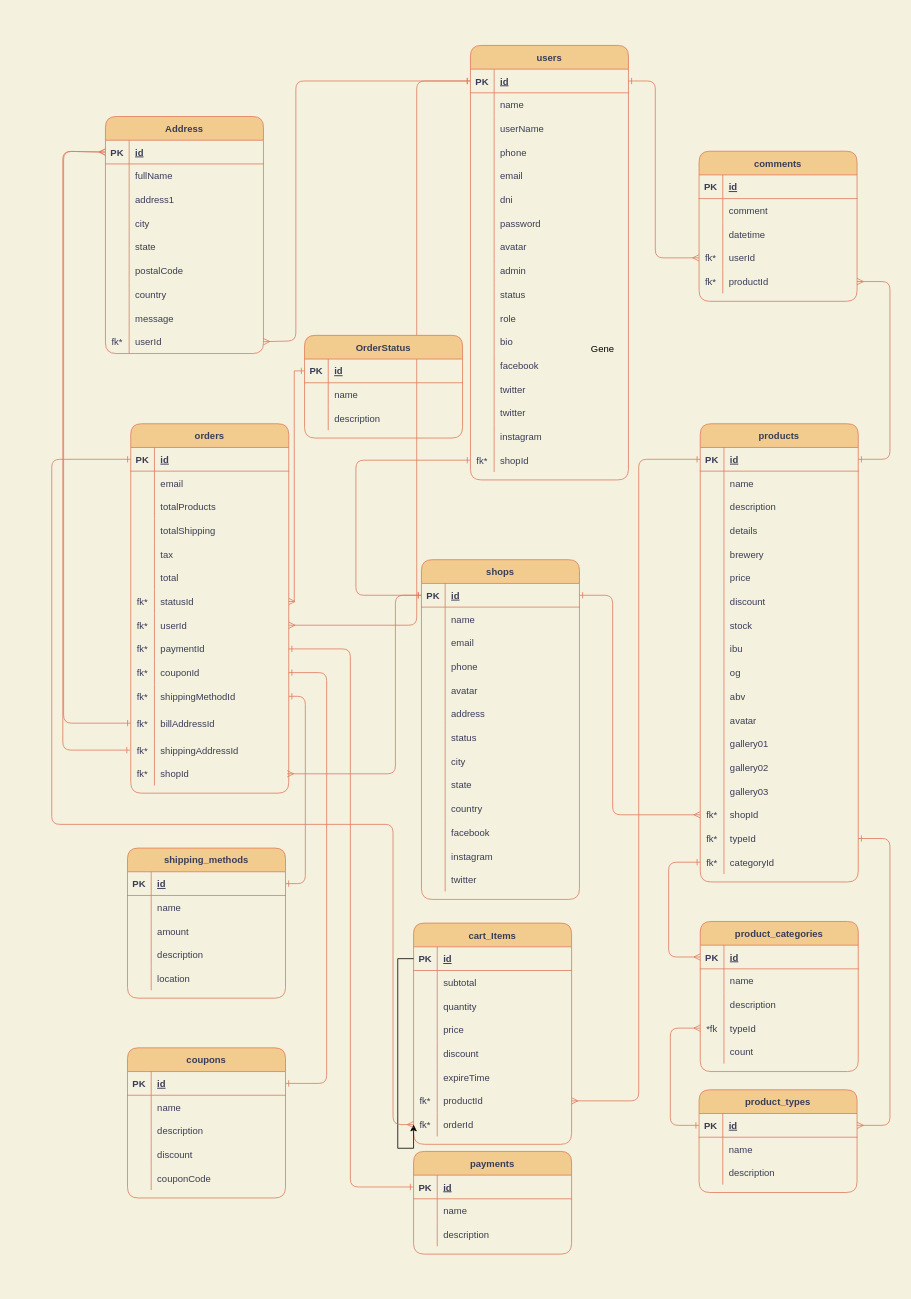
Before: page "Page-1" (1 of 2) of database/model.drawio in 0920CDFSNCN27ARED/grupo-12, a draw.io diagram. Source tidied: cells renumbered, new cells numbered last; positions are measured from the earlier drawing's top-left corner, leaving out a move shared by most shapes. Both pictures are drawn from the tidied source at 79%, with x=0, y=0 at pixel (51, 45).
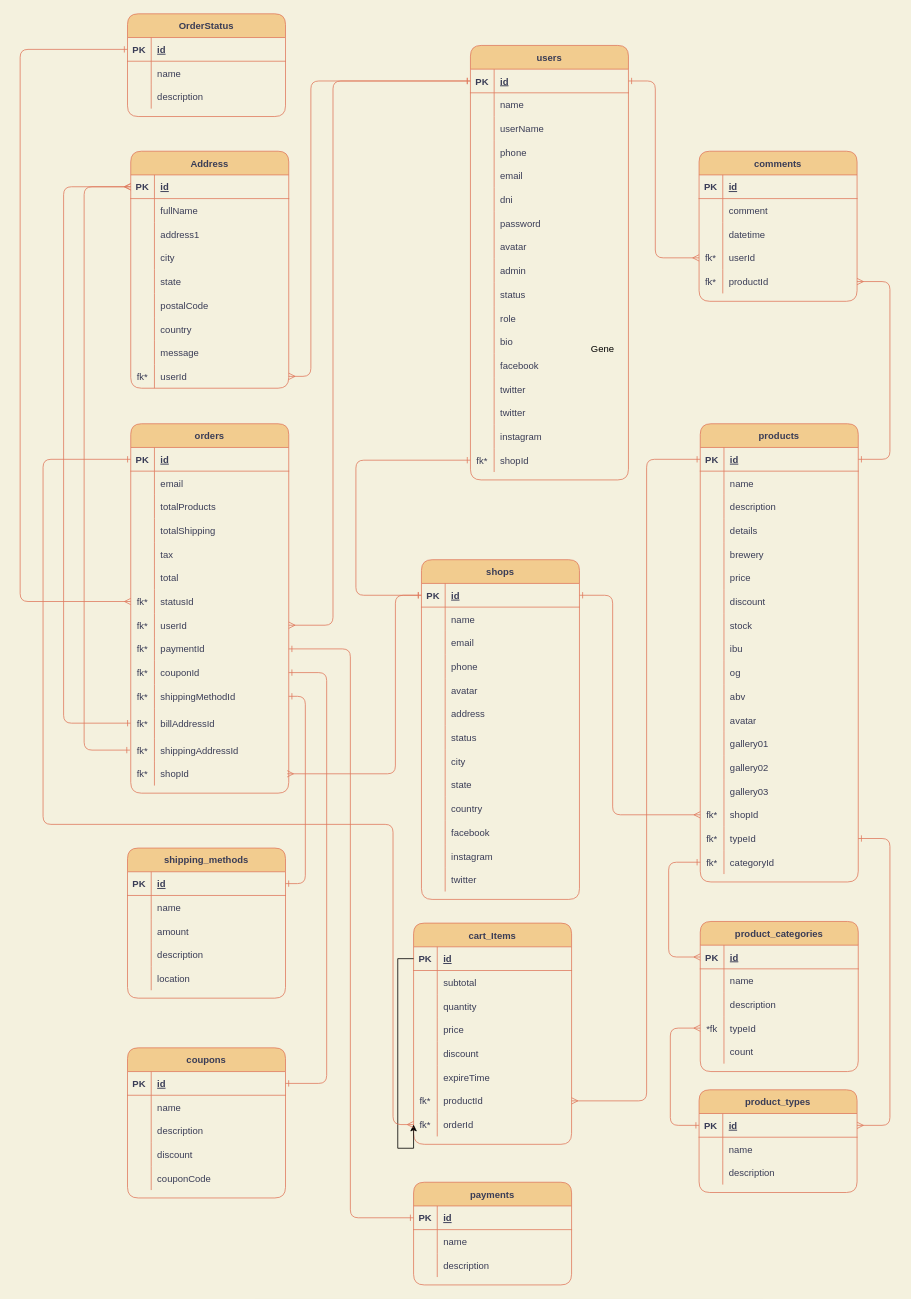
The same diagram, later.

Unchanged cells that the change refers to:
```xml
<mxCell id="3" style="shape=partialRectangle;fillColor=none;top=0;left=0;bottom=1;right=0;points=[[0,0.5],[1,0.5]];portConstraint=eastwest;rounded=1;strokeColor=#E07A5F;fontColor=#393C56;" parent="2" vertex="1">
  <mxGeometry y="30" width="200" height="30" as="geometry" />
</mxCell>
<mxCell id="71" style="shape=partialRectangle;fillColor=none;top=0;left=0;bottom=1;right=0;points=[[0,0.5],[1,0.5]];portConstraint=eastwest;rounded=1;strokeColor=#E07A5F;fontColor=#393C56;" parent="70" vertex="1">
  <mxGeometry y="30" width="200" height="30" as="geometry" />
</mxCell>
<mxCell id="126" style="shape=partialRectangle;fillColor=none;top=0;left=0;bottom=1;right=0;points=[[0,0.5],[1,0.5]];portConstraint=eastwest;rounded=1;strokeColor=#E07A5F;fontColor=#393C56;" parent="125" vertex="1">
  <mxGeometry y="30" width="200" height="30" as="geometry" />
</mxCell>
<mxCell id="144" style="shape=partialRectangle;fillColor=none;top=0;left=0;bottom=0;right=0;points=[[0,0.5],[1,0.5]];portConstraint=eastwest;rounded=1;strokeColor=#E07A5F;fontColor=#393C56;" parent="125" vertex="1">
  <mxGeometry y="210" width="200" height="30" as="geometry" />
</mxCell>
<mxCell id="147" style="shape=partialRectangle;fillColor=none;top=0;left=0;bottom=0;right=0;points=[[0,0.5],[1,0.5]];portConstraint=eastwest;rounded=1;strokeColor=#E07A5F;fontColor=#393C56;" parent="125" vertex="1">
  <mxGeometry y="240" width="200" height="30" as="geometry" />
</mxCell>
<mxCell id="150" style="shape=partialRectangle;fillColor=none;top=0;left=0;bottom=0;right=0;points=[[0,0.5],[1,0.5]];portConstraint=eastwest;rounded=1;strokeColor=#E07A5F;fontColor=#393C56;" parent="125" vertex="1">
  <mxGeometry y="270" width="200" height="30" as="geometry" />
</mxCell>
<mxCell id="159" style="shape=partialRectangle;fillColor=none;top=0;left=0;bottom=0;right=0;points=[[0,0.5],[1,0.5]];portConstraint=eastwest;rounded=1;strokeColor=#E07A5F;fontColor=#393C56;" parent="125" vertex="1">
  <mxGeometry y="360" width="200" height="38" as="geometry" />
</mxCell>
<mxCell id="169" style="shape=partialRectangle;fillColor=none;top=0;left=0;bottom=1;right=0;points=[[0,0.5],[1,0.5]];portConstraint=eastwest;rounded=1;strokeColor=#E07A5F;fontColor=#393C56;" parent="168" vertex="1">
  <mxGeometry y="30" width="200" height="30" as="geometry" />
</mxCell>
<mxCell id="230" style="shape=partialRectangle;fillColor=none;top=0;left=0;bottom=0;right=0;points=[[0,0.5],[1,0.5]];portConstraint=eastwest;rounded=1;strokeColor=#E07A5F;fontColor=#393C56;" parent="210" vertex="1">
  <mxGeometry y="210" width="200" height="30" as="geometry" />
</mxCell>
<mxCell id="233" style="shape=partialRectangle;fillColor=none;top=0;left=0;bottom=0;right=0;points=[[0,0.5],[1,0.5]];portConstraint=eastwest;rounded=1;strokeColor=#E07A5F;fontColor=#393C56;" parent="210" vertex="1">
  <mxGeometry y="240" width="200" height="30" as="geometry" />
</mxCell>
<mxCell id="316" style="shape=partialRectangle;fillColor=none;top=0;left=0;bottom=1;right=0;points=[[0,0.5],[1,0.5]];portConstraint=eastwest;rounded=1;strokeColor=#E07A5F;fontColor=#393C56;" parent="315" vertex="1">
  <mxGeometry y="30" width="200" height="30" as="geometry" />
</mxCell>
<mxCell id="340" style="shape=partialRectangle;fillColor=none;top=0;left=0;bottom=0;right=0;points=[[0,0.5],[1,0.5]];portConstraint=eastwest;rounded=1;strokeColor=#E07A5F;fontColor=#393C56;" parent="315" vertex="1">
  <mxGeometry y="270" width="200" height="30" as="geometry" />
</mxCell>
<mxCell id="350" style="shape=partialRectangle;fillColor=none;top=0;left=0;bottom=1;right=0;points=[[0,0.5],[1,0.5]];portConstraint=eastwest;rounded=1;strokeColor=#E07A5F;fontColor=#393C56;" parent="349" vertex="1">
  <mxGeometry y="30" width="200" height="30" as="geometry" />
</mxCell>
```

Change to the diagram source:
```diff
@@
     <mxCell id="168" value="payments" style="shape=table;startSize=30;childLayout=tableLayout;rowLines=0;fontStyle=1;align=center;rounded=1;fillColor=#F2CC8F;strokeColor=#E07A5F;fontColor=#393C56;" parent="1" vertex="1">
-      <mxGeometry x="458" y="1400" width="200" height="130" as="geometry" />
+      <mxGeometry x="458" y="1439" width="200" height="130" as="geometry" />
     </mxCell>
@@
     <mxCell id="254" style="edgeStyle=orthogonalEdgeStyle;jettySize=auto;html=1;exitX=1;exitY=0.5;exitDx=0;exitDy=0;entryX=0;entryY=0.5;entryDx=0;entryDy=0;startArrow=ERone;startFill=0;endArrow=ERone;endFill=0;labelBackgroundColor=#F4F1DE;strokeColor=#E07A5F;fontColor=#393C56;" parent="1" edge="1" source="150" target="169">
       <mxGeometry relative="1" as="geometry">
         <Array as="points">
           <mxPoint x="378" y="764" />
-          <mxPoint x="378" y="1445" />
+          <mxPoint x="378" y="1484" />
         </Array>
       </mxGeometry>
     </mxCell>
     <mxCell id="255" style="edgeStyle=orthogonalEdgeStyle;jettySize=auto;html=1;exitX=0;exitY=0.5;exitDx=0;exitDy=0;entryX=0;entryY=0.5;entryDx=0;entryDy=0;startArrow=ERone;startFill=0;endArrow=ERmany;endFill=0;labelBackgroundColor=#F4F1DE;strokeColor=#E07A5F;fontColor=#393C56;" parent="1" edge="1" source="3">
       <mxGeometry relative="1" as="geometry">
         <Array as="points">
-          <mxPoint x="409" y="164" />
-          <mxPoint x="409" y="1222" />
+          <mxPoint x="375" y="106" />
+          <mxPoint x="375" y="1164" />
         </Array>
       </mxGeometry>
     </mxCell>
@@
     <mxCell id="314" style="edgeStyle=orthogonalEdgeStyle;rounded=1;jettySize=auto;html=1;startArrow=ERone;startFill=0;endArrow=ERmany;endFill=0;labelBackgroundColor=#F4F1DE;strokeColor=#E07A5F;fontColor=#393C56;exitX=0;exitY=0.5;exitDx=0;exitDy=0;entryX=1;entryY=0.5;entryDx=0;entryDy=0;" parent="1" edge="1" source="3" target="147">
       <mxGeometry relative="1" as="geometry">
         <Array as="points">
-          <mxPoint x="462" y="45" />
-          <mxPoint x="462" y="734" />
+          <mxPoint x="356" y="45" />
+          <mxPoint x="356" y="734" />
         </Array>
       </mxGeometry>
     </mxCell>
     <mxCell id="315" value="Address" style="shape=table;startSize=30;childLayout=tableLayout;rowLines=0;fontStyle=1;align=center;rounded=1;fillColor=#F2CC8F;strokeColor=#E07A5F;fontColor=#393C56;" parent="1" vertex="1">
-      <mxGeometry x="68" y="90" width="200" height="300" as="geometry" />
+      <mxGeometry x="100" y="133.9" width="200" height="300" as="geometry" />
     </mxCell>
@@
     <mxCell id="343" style="edgeStyle=orthogonalEdgeStyle;jettySize=auto;html=1;startArrow=ERone;startFill=0;endArrow=ERmany;endFill=0;labelBackgroundColor=#F4F1DE;strokeColor=#E07A5F;fontColor=#393C56;exitX=0;exitY=0.5;exitDx=0;exitDy=0;entryX=1;entryY=0.5;entryDx=0;entryDy=0;" parent="1" edge="1" source="3" target="340">
       <mxGeometry relative="1" as="geometry">
         <Array as="points">
-          <mxPoint x="309" y="45" />
-          <mxPoint x="309" y="374" />
+          <mxPoint x="328" y="45" />
+          <mxPoint x="328" y="419" />
         </Array>
       </mxGeometry>
     </mxCell>
     <mxCell id="344" style="edgeStyle=orthogonalEdgeStyle;jettySize=auto;html=1;startArrow=ERone;startFill=0;endArrow=ERmany;endFill=0;labelBackgroundColor=#F4F1DE;strokeColor=#E07A5F;fontColor=#393C56;entryX=0;entryY=0.5;entryDx=0;entryDy=0;" parent="1" edge="1" target="316">
       <mxGeometry relative="1" as="geometry">
         <mxPoint x="99" y="892" as="sourcePoint" />
         <Array as="points">
-          <mxPoint x="14" y="892" />
-          <mxPoint x="14" y="134" />
+          <mxPoint x="41" y="892" />
+          <mxPoint x="41" y="179" />
         </Array>
       </mxGeometry>
     </mxCell>
     <mxCell id="345" style="edgeStyle=orthogonalEdgeStyle;jettySize=auto;html=1;startArrow=ERone;startFill=0;endArrow=ERmany;endFill=0;labelBackgroundColor=#F4F1DE;strokeColor=#E07A5F;fontColor=#393C56;entryX=0;entryY=0.5;entryDx=0;entryDy=0;exitX=0;exitY=0.5;exitDx=0;exitDy=0;" parent="1" edge="1" source="159" target="316">
       <mxGeometry relative="1" as="geometry">
         <Array as="points">
           <mxPoint x="15" y="858" />
-          <mxPoint x="15" y="134" />
+          <mxPoint x="15" y="179" />
         </Array>
       </mxGeometry>
     </mxCell>
     <mxCell id="346" style="edgeStyle=orthogonalEdgeStyle;jettySize=auto;html=1;startArrow=ERone;startFill=0;endArrow=ERmany;endFill=0;labelBackgroundColor=#F4F1DE;strokeColor=#E07A5F;fontColor=#393C56;exitX=0;exitY=0.5;exitDx=0;exitDy=0;entryX=0;entryY=0.5;entryDx=0;entryDy=0;" parent="1" edge="1" source="126" target="233">
       <mxGeometry relative="1" as="geometry">
         <Array as="points">
-          <mxPoint y="524" />
-          <mxPoint y="986" />
+          <mxPoint x="-11" y="524" />
+          <mxPoint x="-11" y="986" />
           <mxPoint x="432" y="986" />
           <mxPoint x="432" y="1366" />
         </Array>
       </mxGeometry>
     </mxCell>
     <mxCell id="347" style="edgeStyle=orthogonalEdgeStyle;jettySize=auto;html=1;exitX=1;exitY=0.5;exitDx=0;exitDy=0;entryX=0;entryY=0.5;entryDx=0;entryDy=0;endArrow=ERone;endFill=0;startArrow=ERmany;startFill=0;rounded=1;labelBackgroundColor=#F4F1DE;strokeColor=#E07A5F;fontColor=#393C56;" parent="1" edge="1" source="230" target="71">
       <mxGeometry relative="1" as="geometry">
         <Array as="points">
-          <mxPoint x="743" y="1336" />
-          <mxPoint x="743" y="524" />
+          <mxPoint x="753" y="1336" />
+          <mxPoint x="753" y="524" />
         </Array>
       </mxGeometry>
     </mxCell>
@@
     <mxCell id="349" value="OrderStatus" style="shape=table;startSize=30;childLayout=tableLayout;rowLines=0;fontStyle=1;align=center;rounded=1;fillColor=#F2CC8F;strokeColor=#E07A5F;fontColor=#393C56;" parent="1" vertex="1">
-      <mxGeometry x="320" y="367" width="200" height="130" as="geometry" />
+      <mxGeometry x="95.9" y="-40" width="200" height="130" as="geometry" />
     </mxCell>
@@
-    <mxCell id="359" style="edgeStyle=orthogonalEdgeStyle;rounded=0;jettySize=auto;html=1;exitX=1;exitY=0.5;exitDx=0;exitDy=0;entryX=0;entryY=0.5;entryDx=0;entryDy=0;strokeColor=#E07A5F;endArrow=ERone;endFill=0;startArrow=ERmany;startFill=0;" parent="1" edge="1" source="144" target="350">
+    <mxCell id="359" style="edgeStyle=orthogonalEdgeStyle;jettySize=auto;html=1;exitX=0;exitY=0.5;exitDx=0;exitDy=0;entryX=0;entryY=0.5;entryDx=0;entryDy=0;strokeColor=#E07A5F;endArrow=ERone;endFill=0;startArrow=ERmany;startFill=0;rounded=1;" parent="1" edge="1" source="144" target="350">
       <mxGeometry relative="1" as="geometry">
         <Array as="points">
-          <mxPoint x="307" y="704" />
-          <mxPoint x="307" y="412" />
+          <mxPoint x="-40" y="704" />
+          <mxPoint x="-40" y="5" />
         </Array>
       </mxGeometry>
     </mxCell>
```
